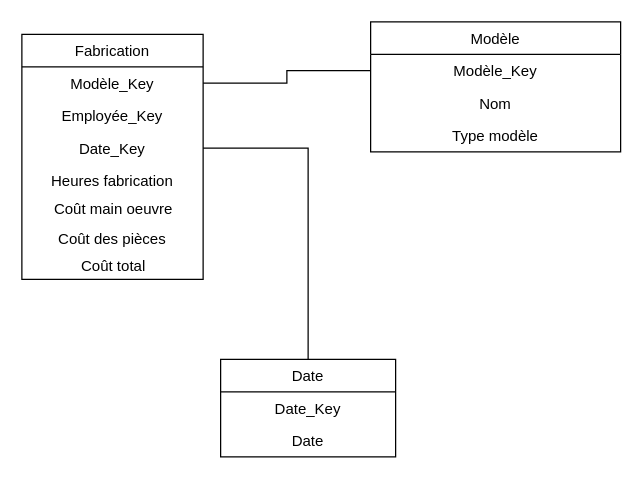
This is drawio/tp_met_E2_fabrication_etoile.drawio from wHiteRht/MET6910, a draw.io file, before an edit. Source tidied: cells renumbered, new cells numbered last; positions are measured from the earlier drawing's top-left corner, leaving out a move shared by most shapes. Both pictures are drawn from the tidied source at 125%, with x=0, y=0 at pixel (21, 21).
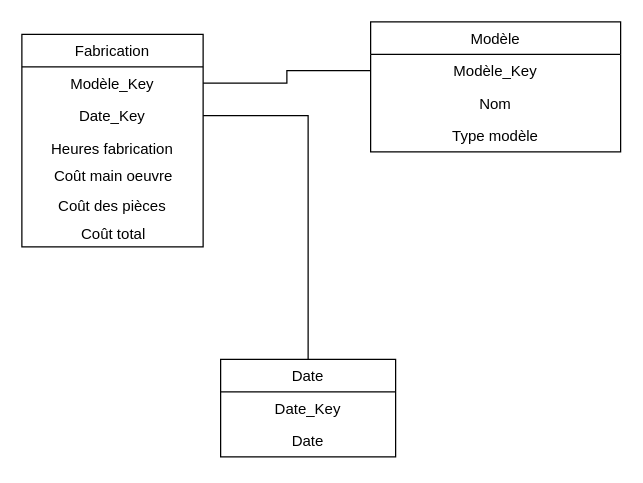
After the change.

Change to the diagram source:
```diff
@@
 <mxGraphModel>
   <root>
     <mxCell id="0" />
     <mxCell id="1" parent="0" />
     <mxCell id="2" style="edgeStyle=orthogonalEdgeStyle;rounded=0;jettySize=auto;html=1;exitX=1;exitY=0.5;exitDx=0;exitDy=0;endArrow=none;endFill=0;" parent="1" edge="1" source="6" target="12">
       <mxGeometry relative="1" as="geometry" />
     </mxCell>
     <mxCell id="3" value="Fabrication" style="swimlane;fontStyle=0;horizontal=1;startSize=26;fillColor=none;align=center;fontSize=12;" parent="1" vertex="1">
-      <mxGeometry y="10" width="145" height="196" as="geometry" />
+      <mxGeometry y="10" width="145" height="170" as="geometry" />
     </mxCell>
     <mxCell id="4" value="Modèle_Key" style="text;strokeColor=none;fillColor=none;align=center;verticalAlign=top;spacingLeft=4;spacingRight=4;overflow=hidden;points=[[0,0.5],[1,0.5]];portConstraint=eastwest;fontSize=12;" parent="3" vertex="1">
       <mxGeometry y="26" width="145" height="26" as="geometry" />
     </mxCell>
-    <mxCell id="5" value="Employée_Key" style="text;strokeColor=none;fillColor=none;align=center;verticalAlign=top;spacingLeft=4;spacingRight=4;overflow=hidden;fontSize=12;" parent="3" vertex="1">
-      <mxGeometry y="52" width="145" height="26" as="geometry" />
-    </mxCell>
     <mxCell id="6" value="Date_Key" style="text;strokeColor=none;fillColor=none;align=center;verticalAlign=top;spacingLeft=4;spacingRight=4;overflow=hidden;points=[[0,0.5],[1,0.5]];portConstraint=eastwest;fontSize=12;" parent="3" vertex="1">
-      <mxGeometry y="78" width="145" height="26" as="geometry" />
+      <mxGeometry y="52" width="145" height="26" as="geometry" />
     </mxCell>
     <mxCell id="7" value="Heures fabrication" style="text;strokeColor=none;fillColor=none;align=center;verticalAlign=top;spacingLeft=4;spacingRight=4;overflow=hidden;" parent="3" vertex="1">
-      <mxGeometry y="104" width="145" height="26" as="geometry" />
+      <mxGeometry y="78" width="145" height="26" as="geometry" />
     </mxCell>
     <mxCell id="8" value="Coût main oeuvre" style="text;html=1;align=center;verticalAlign=middle;strokeColor=none;fontSize=12;" parent="3" vertex="1">
-      <mxGeometry y="130" width="145" height="20" as="geometry" />
+      <mxGeometry y="104" width="145" height="20" as="geometry" />
     </mxCell>
     <mxCell id="9" value="Coût des pièces" style="text;strokeColor=none;fillColor=none;align=center;verticalAlign=top;spacingLeft=4;spacingRight=4;overflow=hidden;" parent="3" vertex="1">
-      <mxGeometry y="150" width="145" height="26" as="geometry" />
+      <mxGeometry y="124" width="145" height="26" as="geometry" />
     </mxCell>
     <mxCell id="10" value="Coût total" style="text;html=1;align=center;verticalAlign=middle;strokeColor=none;fontSize=12;" parent="3" vertex="1">
-      <mxGeometry y="176" width="145" height="20" as="geometry" />
+      <mxGeometry y="150" width="145" height="20" as="geometry" />
     </mxCell>
     <mxCell id="11" style="edgeStyle=orthogonalEdgeStyle;rounded=0;jettySize=auto;html=1;exitX=1;exitY=0.5;exitDx=0;exitDy=0;entryX=0;entryY=0.5;entryDx=0;entryDy=0;endArrow=none;endFill=0;" parent="1" edge="1" source="4" target="16">
       <mxGeometry relative="1" as="geometry" />
     </mxCell>
     <mxCell id="12" value="Date" style="swimlane;fontStyle=0;horizontal=1;startSize=26;fillColor=none;align=center;" parent="1" vertex="1">
       <mxGeometry x="159" y="270" width="140" height="78" as="geometry" />
     </mxCell>
     <mxCell id="13" value="Date_Key" style="text;strokeColor=none;fillColor=none;align=center;verticalAlign=top;spacingLeft=4;spacingRight=4;overflow=hidden;" parent="12" vertex="1">
       <mxGeometry y="26" width="140" height="26" as="geometry" />
     </mxCell>
     <mxCell id="14" value="Date" style="text;strokeColor=none;fillColor=none;align=center;verticalAlign=top;spacingLeft=4;spacingRight=4;overflow=hidden;" parent="12" vertex="1">
       <mxGeometry y="52" width="140" height="26" as="geometry" />
     </mxCell>
     <mxCell id="15" value="Modèle" style="swimlane;fontStyle=0;horizontal=1;startSize=26;fillColor=none;align=center;" parent="1" vertex="1">
       <mxGeometry x="279" width="200" height="104" as="geometry" />
     </mxCell>
     <mxCell id="16" value="Modèle_Key" style="text;strokeColor=none;fillColor=none;align=center;verticalAlign=top;spacingLeft=4;spacingRight=4;overflow=hidden;points=[[0,0.5],[1,0.5]];portConstraint=eastwest;" parent="15" vertex="1">
       <mxGeometry y="26" width="200" height="26" as="geometry" />
     </mxCell>
     <mxCell id="17" value="Nom" style="text;strokeColor=none;fillColor=none;align=center;verticalAlign=top;spacingLeft=4;spacingRight=4;overflow=hidden;" parent="15" vertex="1">
       <mxGeometry y="52" width="200" height="26" as="geometry" />
     </mxCell>
     <mxCell id="18" value="Type modèle" style="text;strokeColor=none;fillColor=none;align=center;verticalAlign=top;spacingLeft=4;spacingRight=4;overflow=hidden;" parent="15" vertex="1">
       <mxGeometry y="78" width="200" height="26" as="geometry" />
     </mxCell>
   </root>
 </mxGraphModel>
```
